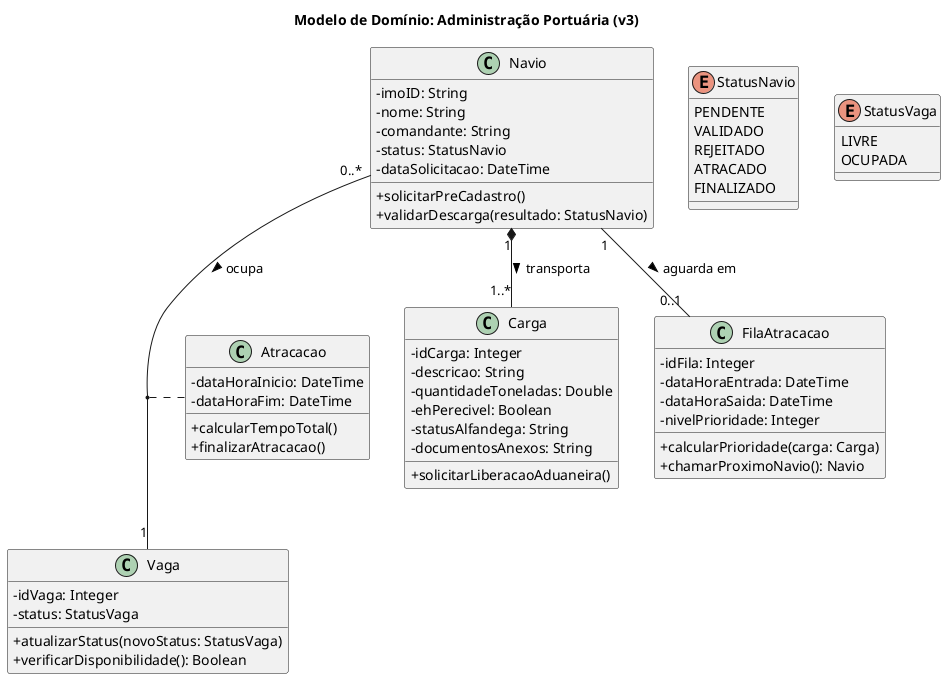
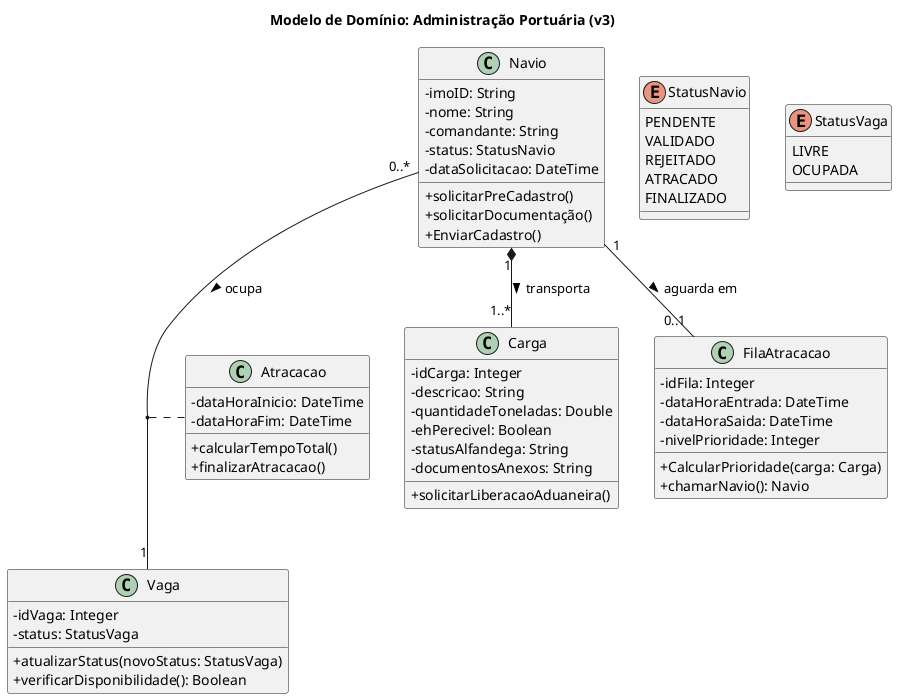
@startuml
title Modelo de Domínio: Administração Portuária (v3)
skinparam classAttributeIconSize 0
enum StatusNavio {
  PENDENTE
  VALIDADO
  REJEITADO
  ATRACADO
  FINALIZADO
}

enum StatusVaga {
  LIVRE
  OCUPADA
}

class Navio {
- imoID: String
  - nome: String
  - comandante: String
  - status: StatusNavio
  - dataSolicitacao: DateTime
  + solicitarPreCadastro()
-   + validarDescarga(resultado: StatusNavio)
+   + solicitarDocumentação()
+   + EnviarCadastro()
+ 
}

class Carga {
  - idCarga: Integer
  - descricao: String
  - quantidadeToneladas: Double
  - ehPerecivel: Boolean
  - statusAlfandega: String
  - documentosAnexos: String
  + solicitarLiberacaoAduaneira()
}

class Vaga {
  - idVaga: Integer
  - status: StatusVaga
  + atualizarStatus(novoStatus: StatusVaga)
  + verificarDisponibilidade(): Boolean
}

class FilaAtracacao {
  - idFila: Integer
  - dataHoraEntrada: DateTime
  - dataHoraSaida: DateTime
  - nivelPrioridade: Integer
-   + calcularPrioridade(carga: Carga)
-   + chamarProximoNavio(): Navio
+   + CalcularPrioridade(carga: Carga)
+   + chamarNavio(): Navio
}

class Atracacao {
  - dataHoraInicio: DateTime
  - dataHoraFim: DateTime
  + calcularTempoTotal()
  + finalizarAtracacao()
}

' Relacionamentos
Navio "1" *-- "1..*" Carga : transporta >
Navio "0..*" -- "1" Vaga : ocupa >
(Navio, Vaga) .. Atracacao
Navio "1" -- "0..1" FilaAtracacao : aguarda em >

- @enduml+ @enduml
